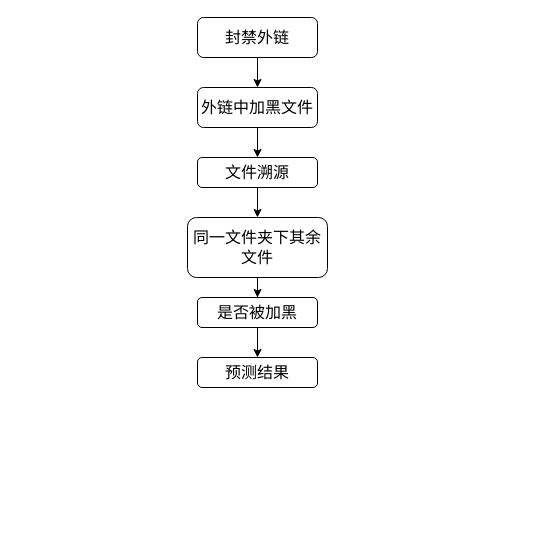
This is 误伤回捞.drawio from hengxingtx/draw_pic, a draw.io file, before an edit. Source tidied: cells renumbered, new cells numbered last; positions are measured from the earlier drawing's top-left corner, leaving out a move shared by most shapes. Both pictures are drawn from the tidied source at 100%, with x=0, y=0 at pixel (187, 17).
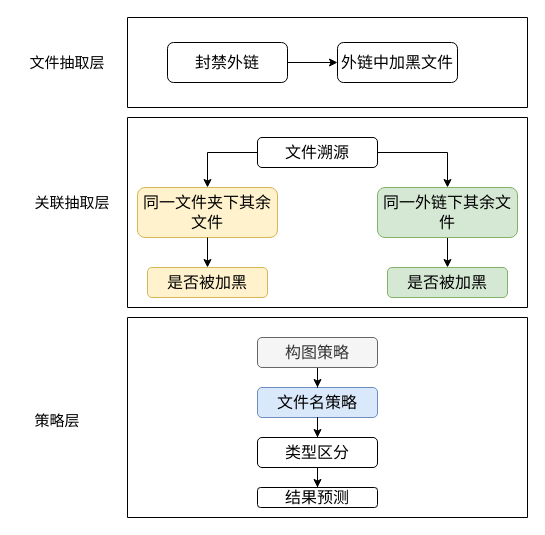
The same page after the edit.

Commit message:
更新误伤回捞.drawio

Change to the diagram source:
```diff
@@
+    <mxCell id="13" style="swimlane;startSize=0;" parent="1" vertex="1">
+      <mxGeometry x="-60" width="400" height="90" as="geometry" />
+    </mxCell>
-    <mxCell id="2" style="edgeStyle=orthogonalEdgeStyle;rounded=0;jettySize=auto;html=1;entryX=0.5;entryY=0;entryDx=0;entryDy=0;" parent="1" edge="1" source="3" target="5">
+    <mxCell id="2" style="edgeStyle=orthogonalEdgeStyle;rounded=0;jettySize=auto;html=1;" parent="13" edge="1" source="3" target="5">
       <mxGeometry relative="1" as="geometry" />
     </mxCell>
-    <mxCell id="3" value="封禁外链" style="rounded=1;whiteSpace=wrap;html=1;fontSize=16;" parent="1" vertex="1">
-      <mxGeometry x="10" width="120" height="40" as="geometry" />
+    <mxCell id="3" value="封禁外链" style="rounded=1;whiteSpace=wrap;html=1;fontSize=16;" parent="13" vertex="1">
+      <mxGeometry x="40" y="25" width="120" height="40" as="geometry" />
     </mxCell>
-    <mxCell id="4" style="edgeStyle=orthogonalEdgeStyle;rounded=0;jettySize=auto;html=1;" parent="1" edge="1" source="5" target="9">
-      <mxGeometry relative="1" as="geometry" />
-    </mxCell>
-    <mxCell id="5" value="外链中加黑文件" style="rounded=1;whiteSpace=wrap;html=1;fontSize=16;" parent="1" vertex="1">
-      <mxGeometry x="10" y="70" width="120" height="40" as="geometry" />
+    <mxCell id="5" value="外链中加黑文件" style="rounded=1;whiteSpace=wrap;html=1;fontSize=16;" parent="13" vertex="1">
+      <mxGeometry x="210" y="25" width="120" height="40" as="geometry" />
     </mxCell>
-    <mxCell id="6" style="edgeStyle=orthogonalEdgeStyle;rounded=0;jettySize=auto;html=1;" parent="1" edge="1" source="7" target="11">
-      <mxGeometry relative="1" as="geometry" />
-    </mxCell>
+    <mxCell id="14" value="文件抽取层" style="text;html=1;strokeColor=none;fillColor=none;align=center;verticalAlign=middle;whiteSpace=wrap;rounded=0;fontSize=15;" parent="1" vertex="1">
+      <mxGeometry x="-160" y="30" width="80" height="30" as="geometry" />
+    </mxCell>
+    <mxCell id="15" style="swimlane;startSize=0;" parent="1" vertex="1">
+      <mxGeometry x="-60" y="100" width="400" height="190" as="geometry" />
+    </mxCell>
+    <mxCell id="9" value="文件溯源" style="rounded=1;whiteSpace=wrap;html=1;fontSize=16;" parent="15" vertex="1">
+      <mxGeometry x="130" y="20" width="120" height="30" as="geometry" />
+    </mxCell>
+    <mxCell id="16" style="edgeStyle=orthogonalEdgeStyle;rounded=0;jettySize=auto;html=1;" parent="15" edge="1" source="17" target="19">
+      <mxGeometry relative="1" as="geometry" />
+    </mxCell>
+    <mxCell id="17" value="同一外链下其余文件" style="rounded=1;whiteSpace=wrap;html=1;fontSize=16;fillColor=#d5e8d4;strokeColor=#82b366;" parent="15" vertex="1">
+      <mxGeometry x="250" y="70" width="140" height="50" as="geometry" />
+    </mxCell>
+    <mxCell id="18" style="edgeStyle=orthogonalEdgeStyle;rounded=0;jettySize=auto;html=1;exitX=1;exitY=0.5;exitDx=0;exitDy=0;" parent="15" edge="1" source="9" target="17">
+      <mxGeometry relative="1" as="geometry" />
+    </mxCell>
-    <mxCell id="7" value="同一文件夹下其余文件" style="rounded=1;whiteSpace=wrap;html=1;fontSize=16;" parent="1" vertex="1">
-      <mxGeometry y="200" width="140" height="60" as="geometry" />
+    <mxCell id="7" value="同一文件夹下其余文件" style="rounded=1;whiteSpace=wrap;html=1;fontSize=16;fillColor=#fff2cc;strokeColor=#d6b656;" parent="15" vertex="1">
+      <mxGeometry x="10" y="70" width="140" height="50" as="geometry" />
     </mxCell>
-    <mxCell id="8" style="edgeStyle=orthogonalEdgeStyle;rounded=0;jettySize=auto;html=1;" parent="1" edge="1" source="9" target="7">
+    <mxCell id="8" style="edgeStyle=orthogonalEdgeStyle;rounded=0;jettySize=auto;html=1;exitX=0;exitY=0.5;exitDx=0;exitDy=0;" parent="15" edge="1" source="9" target="7">
       <mxGeometry relative="1" as="geometry" />
     </mxCell>
-    <mxCell id="9" value="文件溯源" style="rounded=1;whiteSpace=wrap;html=1;fontSize=16;" parent="1" vertex="1">
-      <mxGeometry x="10" y="140" width="120" height="30" as="geometry" />
-    </mxCell>
-    <mxCell id="10" style="edgeStyle=orthogonalEdgeStyle;rounded=0;jettySize=auto;html=1;" parent="1" edge="1" source="11" target="12">
-      <mxGeometry relative="1" as="geometry" />
-    </mxCell>
-    <mxCell id="11" value="是否被加黑" style="rounded=1;whiteSpace=wrap;html=1;fontSize=16;" parent="1" vertex="1">
-      <mxGeometry x="10" y="280" width="120" height="30" as="geometry" />
+    <mxCell id="11" value="是否被加黑" style="rounded=1;whiteSpace=wrap;html=1;fontSize=16;fillColor=#fff2cc;strokeColor=#d6b656;" parent="15" vertex="1">
+      <mxGeometry x="20" y="150" width="120" height="30" as="geometry" />
     </mxCell>
+    <mxCell id="6" style="edgeStyle=orthogonalEdgeStyle;rounded=0;jettySize=auto;html=1;" parent="15" edge="1" source="7" target="11">
+      <mxGeometry relative="1" as="geometry" />
+    </mxCell>
+    <mxCell id="19" value="是否被加黑" style="rounded=1;whiteSpace=wrap;html=1;fontSize=16;fillColor=#d5e8d4;strokeColor=#82b366;" parent="15" vertex="1">
+      <mxGeometry x="260" y="150" width="120" height="30" as="geometry" />
+    </mxCell>
+    <mxCell id="20" value="关联抽取层" style="text;html=1;strokeColor=none;fillColor=none;align=center;verticalAlign=middle;whiteSpace=wrap;rounded=0;fontSize=15;" parent="1" vertex="1">
+      <mxGeometry x="-160" y="170" width="90" height="30" as="geometry" />
+    </mxCell>
+    <mxCell id="21" style="swimlane;startSize=0;" parent="1" vertex="1">
+      <mxGeometry x="-60" y="300" width="400" height="200" as="geometry" />
+    </mxCell>
-    <mxCell id="12" value="预测结果" style="rounded=1;whiteSpace=wrap;html=1;fontSize=16;" parent="1" vertex="1">
-      <mxGeometry x="10" y="340" width="120" height="30" as="geometry" />
+    <mxCell id="12" value="文件名策略" style="rounded=1;whiteSpace=wrap;html=1;fontSize=16;fillColor=#dae8fc;strokeColor=#6c8ebf;" parent="21" vertex="1">
+      <mxGeometry x="130" y="70" width="120" height="30" as="geometry" />
     </mxCell>
+    <mxCell id="22" value="类型区分" style="whiteSpace=wrap;html=1;fontSize=16;rounded=1;" parent="21" vertex="1">
+      <mxGeometry x="130" y="120" width="120" height="30" as="geometry" />
+    </mxCell>
+    <mxCell id="23" style="edgeStyle=orthogonalEdgeStyle;rounded=0;jettySize=auto;html=1;" parent="21" edge="1" source="12" target="22">
+      <mxGeometry relative="1" as="geometry" />
+    </mxCell>
+    <mxCell id="24" value="结果预测" style="whiteSpace=wrap;html=1;fontSize=16;rounded=1;" parent="21" vertex="1">
+      <mxGeometry x="130" y="170" width="120" height="20" as="geometry" />
+    </mxCell>
+    <mxCell id="25" style="edgeStyle=orthogonalEdgeStyle;rounded=0;jettySize=auto;html=1;" parent="21" edge="1" source="22" target="24">
+      <mxGeometry relative="1" as="geometry" />
+    </mxCell>
+    <mxCell id="26" style="edgeStyle=orthogonalEdgeStyle;rounded=0;jettySize=auto;html=1;entryX=0.5;entryY=0;entryDx=0;entryDy=0;" parent="21" edge="1" source="27" target="12">
+      <mxGeometry relative="1" as="geometry" />
+    </mxCell>
+    <mxCell id="27" value="构图策略" style="rounded=1;whiteSpace=wrap;html=1;fontSize=16;fillColor=#f5f5f5;fontColor=#333333;strokeColor=#666666;" parent="21" vertex="1">
+      <mxGeometry x="130" y="20" width="120" height="30" as="geometry" />
+    </mxCell>
+    <mxCell id="28" value="策略层" style="text;html=1;strokeColor=none;fillColor=none;align=center;verticalAlign=middle;whiteSpace=wrap;rounded=0;fontSize=15;" parent="1" vertex="1">
+      <mxGeometry x="-170" y="385" width="80" height="35" as="geometry" />
+    </mxCell>
```
